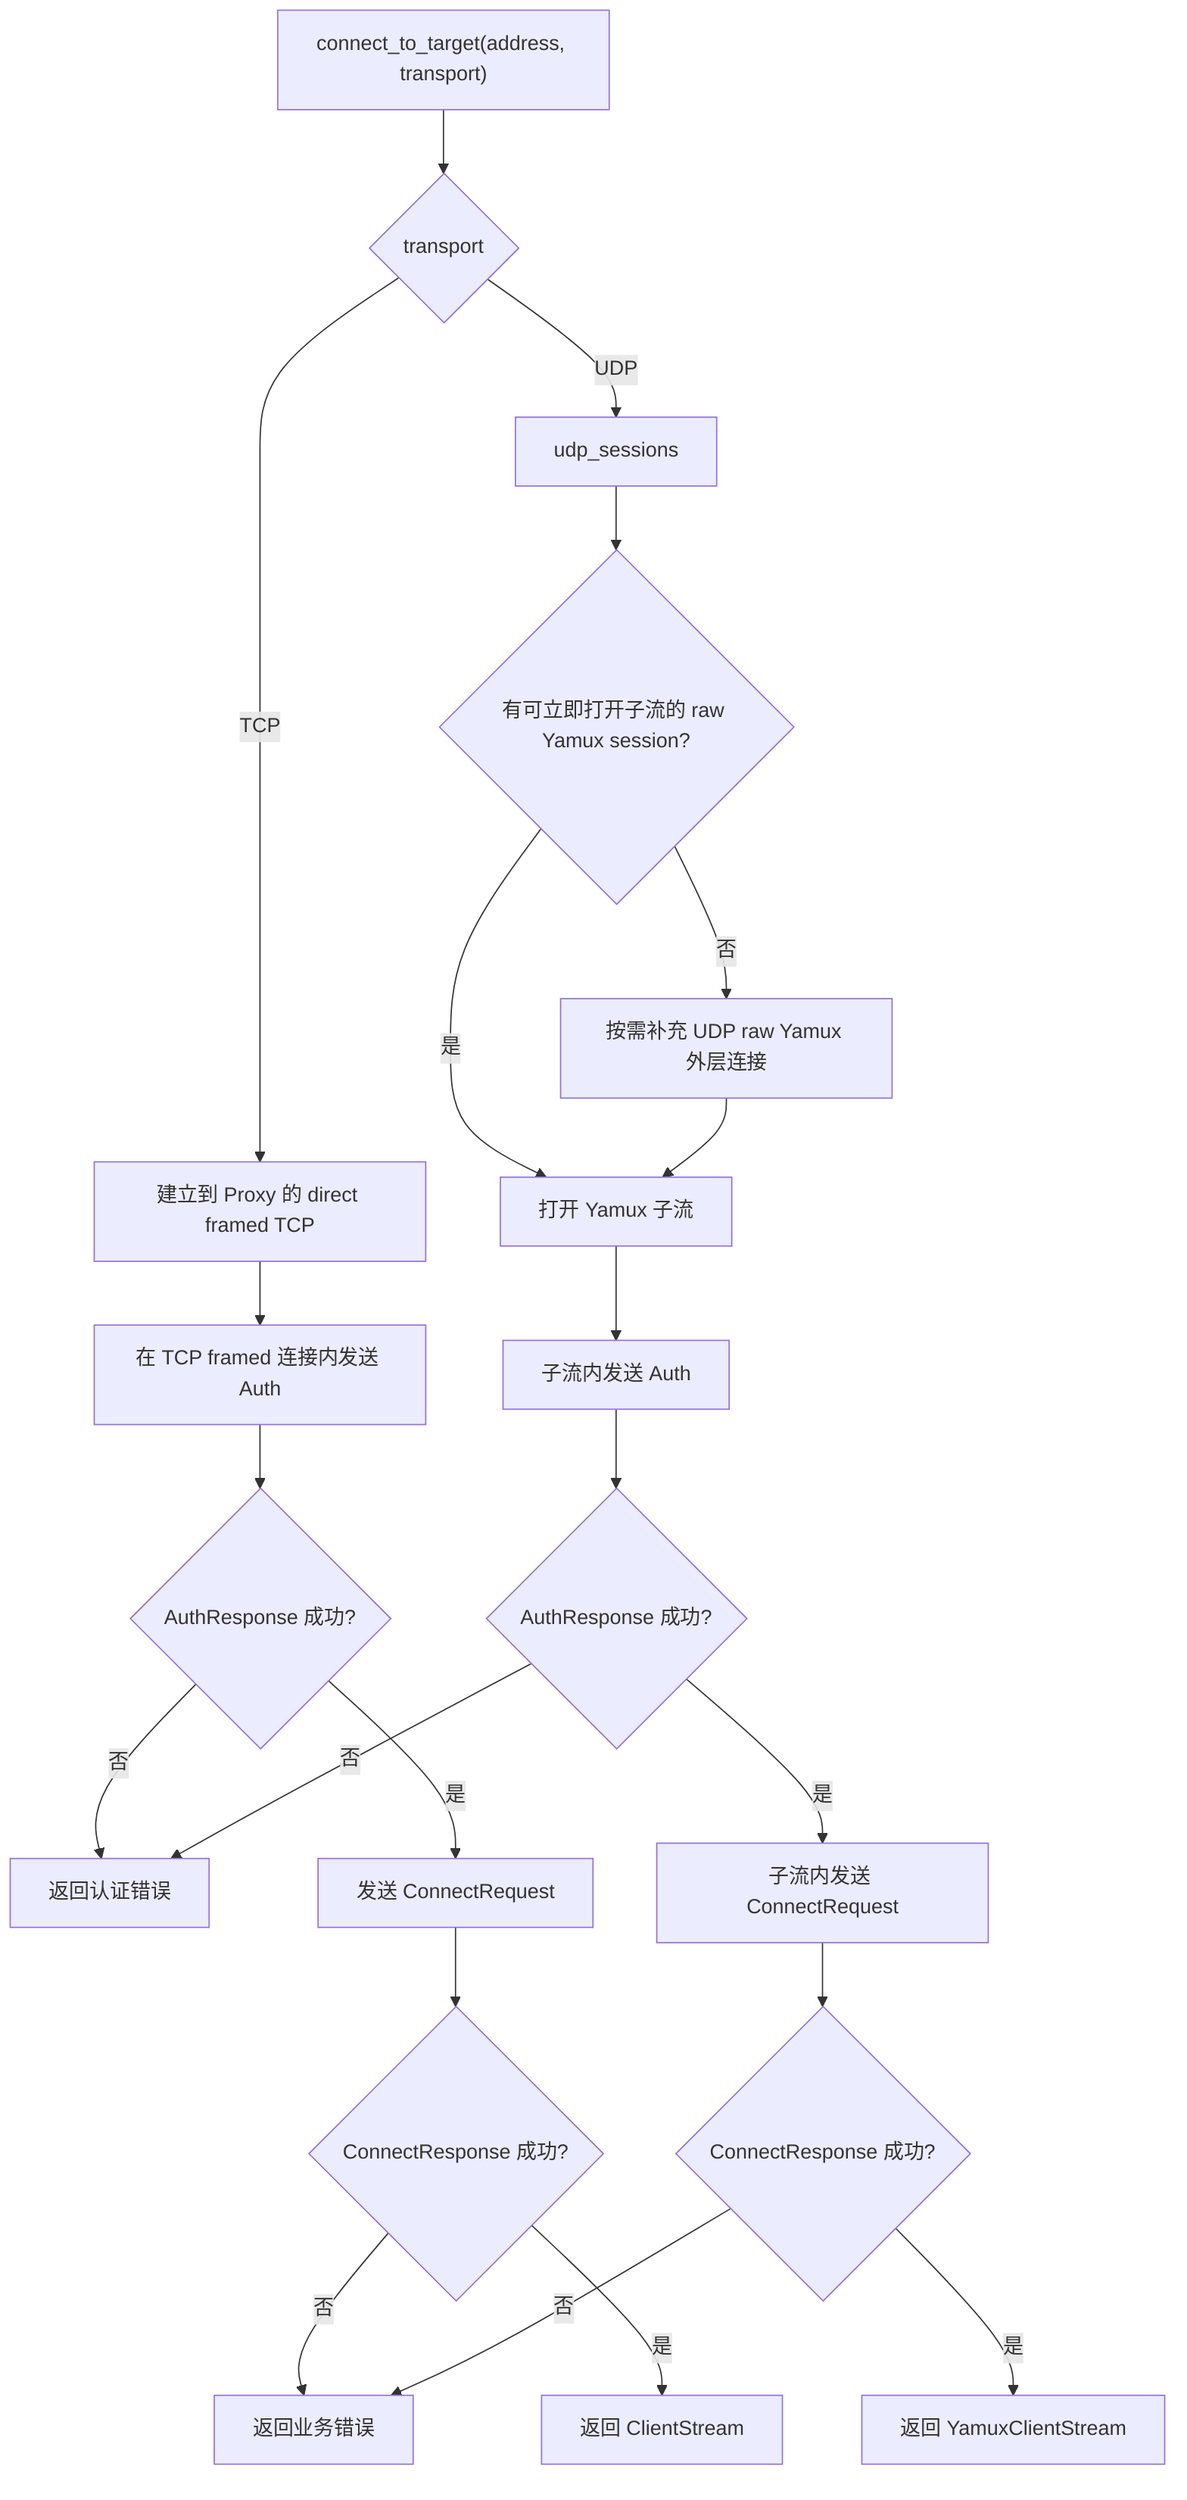
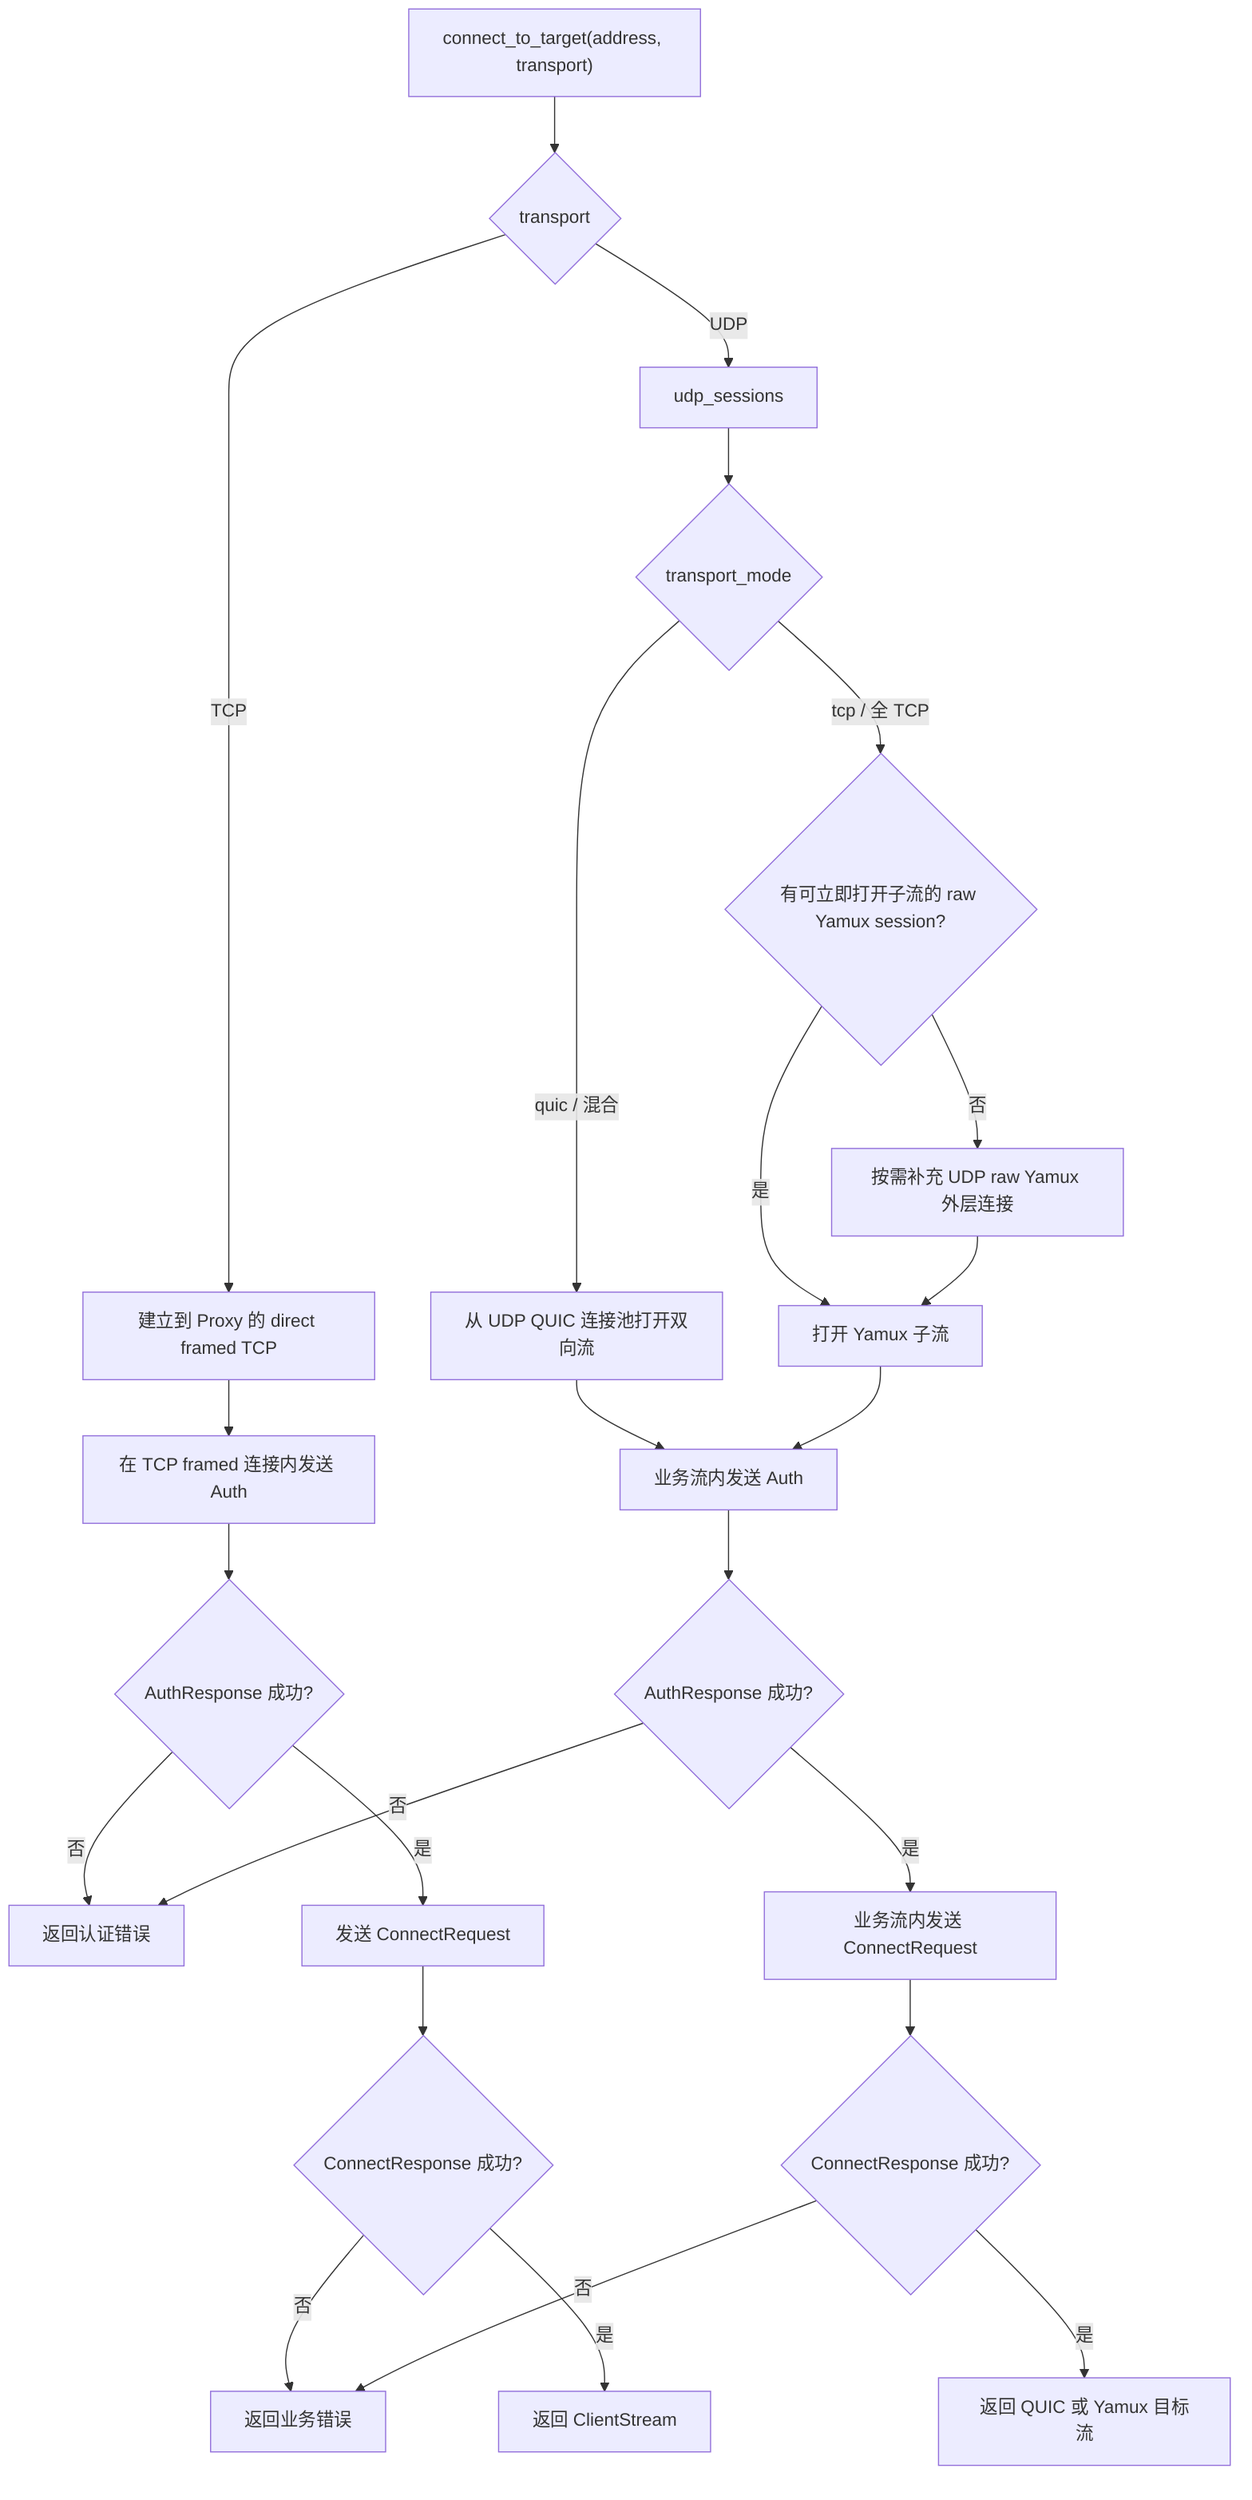
flowchart TD
    A["connect_to_target(address, transport)"] --> B{"transport"}
    B -->|"TCP"| C["建立到 Proxy 的 direct framed TCP"]
    C --> D["在 TCP framed 连接内发送 Auth"]
    D --> E{"AuthResponse 成功?"}
    E -->|"否"| Z["返回认证错误"]
    E -->|"是"| F["发送 ConnectRequest"]
    F --> G{"ConnectResponse 成功?"}
    G -->|"否"| Y["返回业务错误"]
    G -->|"是"| H["返回 ClientStream<TcpStream>"]

    B -->|"UDP"| I["udp_sessions"]
-     I --> J{"有可立即打开子流的 raw Yamux session?"}
-     J -->|"否"| K["按需补充 UDP raw Yamux 外层连接"]
-     J -->|"是"| L["打开 Yamux 子流"]
-     K --> L
-     L --> M["子流内发送 Auth"]
+     I --> J{"transport_mode"}
+     J -->|"quic / 混合"| K["从 UDP QUIC 连接池打开双向流"]
+     J -->|"tcp / 全 TCP"| L{"有可立即打开子流的 raw Yamux session?"}
+     L -->|"否"| R["按需补充 UDP raw Yamux 外层连接"]
+     L -->|"是"| S["打开 Yamux 子流"]
+     R --> S
+     K --> M["业务流内发送 Auth"]
+     S --> M
    M --> N{"AuthResponse 成功?"}
    N -->|"否"| Z
-     N -->|"是"| O["子流内发送 ConnectRequest"]
+     N -->|"是"| O["业务流内发送 ConnectRequest"]
    O --> P{"ConnectResponse 成功?"}
    P -->|"否"| Y
-     P -->|"是"| Q["返回 YamuxClientStream"]
+     P -->|"是"| Q["返回 QUIC 或 Yamux 目标流"]
